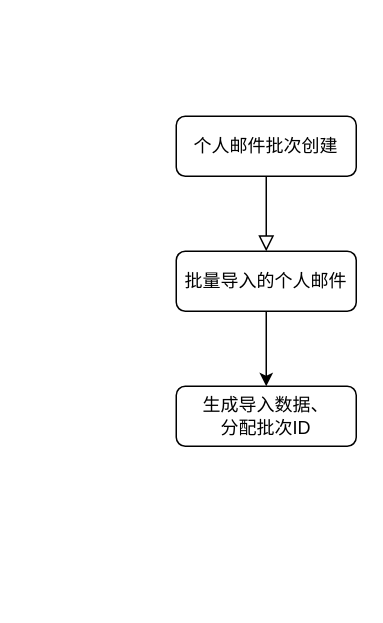
This is 个人邮件批次流程图.drawio from kugua-FYZ/Flask, a draw.io file, before an edit. Source tidied: cells renumbered, new cells numbered last; positions are measured from the earlier drawing's top-left corner, leaving out a move shared by most shapes. Both pictures are drawn from the tidied source at 150%, with x=0, y=0 at pixel (176, 116).
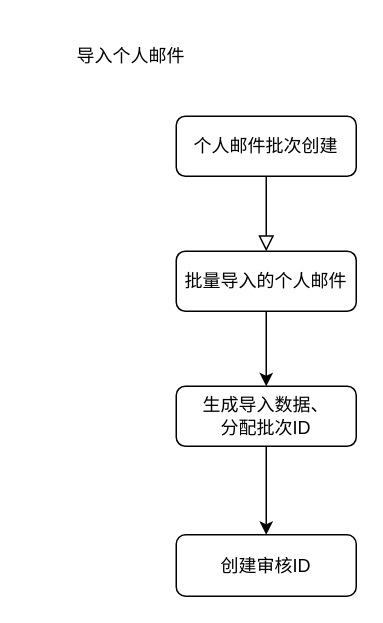
The same diagram, later.

Commit message (it also covers changes not shown here):
更新个人邮件批次流程图.drawio

What changed in the source:
```diff
@@
 <mxGraphModel>
   <root>
     <mxCell id="0" />
     <mxCell id="1" parent="0" />
     <mxCell id="2" style="rounded=0;html=1;jettySize=auto;fontSize=11;endArrow=block;endFill=0;endSize=8;strokeWidth=1;shadow=0;labelBackgroundColor=none;edgeStyle=orthogonalEdgeStyle;" parent="1" edge="1" source="3">
       <mxGeometry relative="1" as="geometry">
         <mxPoint x="60" y="90" as="targetPoint" />
       </mxGeometry>
     </mxCell>
     <mxCell id="3" value="个人邮件批次创建" style="rounded=1;whiteSpace=wrap;html=1;fontSize=12;glass=0;strokeWidth=1;shadow=0;" parent="1" vertex="1">
       <mxGeometry width="120" height="40" as="geometry" />
     </mxCell>
     <mxCell id="4" style="edgeStyle=orthogonalEdgeStyle;rounded=0;jettySize=auto;html=1;exitX=0.5;exitY=1;exitDx=0;exitDy=0;entryX=0.5;entryY=0;entryDx=0;entryDy=0;" parent="1" edge="1" source="5" target="6">
       <mxGeometry relative="1" as="geometry" />
     </mxCell>
     <mxCell id="5" value="批量导入的个人邮件" style="rounded=1;whiteSpace=wrap;html=1;fontSize=12;glass=0;strokeWidth=1;shadow=0;" parent="1" vertex="1">
       <mxGeometry y="90" width="120" height="40" as="geometry" />
     </mxCell>
+    <mxCell id="7" style="edgeStyle=orthogonalEdgeStyle;rounded=0;jettySize=auto;html=1;" parent="1" edge="1" source="6" target="9">
+      <mxGeometry relative="1" as="geometry" />
+    </mxCell>
     <mxCell id="6" value="生成导入数据、&lt;br&gt;分配批次ID" style="rounded=1;whiteSpace=wrap;html=1;" parent="1" vertex="1">
       <mxGeometry y="180" width="120" height="40" as="geometry" />
     </mxCell>
+    <mxCell id="8" value="导入个人邮件" style="text;html=1;strokeColor=none;fillColor=none;align=center;verticalAlign=middle;whiteSpace=wrap;rounded=0;" parent="1" vertex="1">
+      <mxGeometry x="-100" y="-60" width="140" height="40" as="geometry" />
+    </mxCell>
+    <mxCell id="9" value="创建审核ID" style="whiteSpace=wrap;html=1;rounded=1;" parent="1" vertex="1">
+      <mxGeometry y="279" width="120" height="41" as="geometry" />
+    </mxCell>
   </root>
 </mxGraphModel>
```
